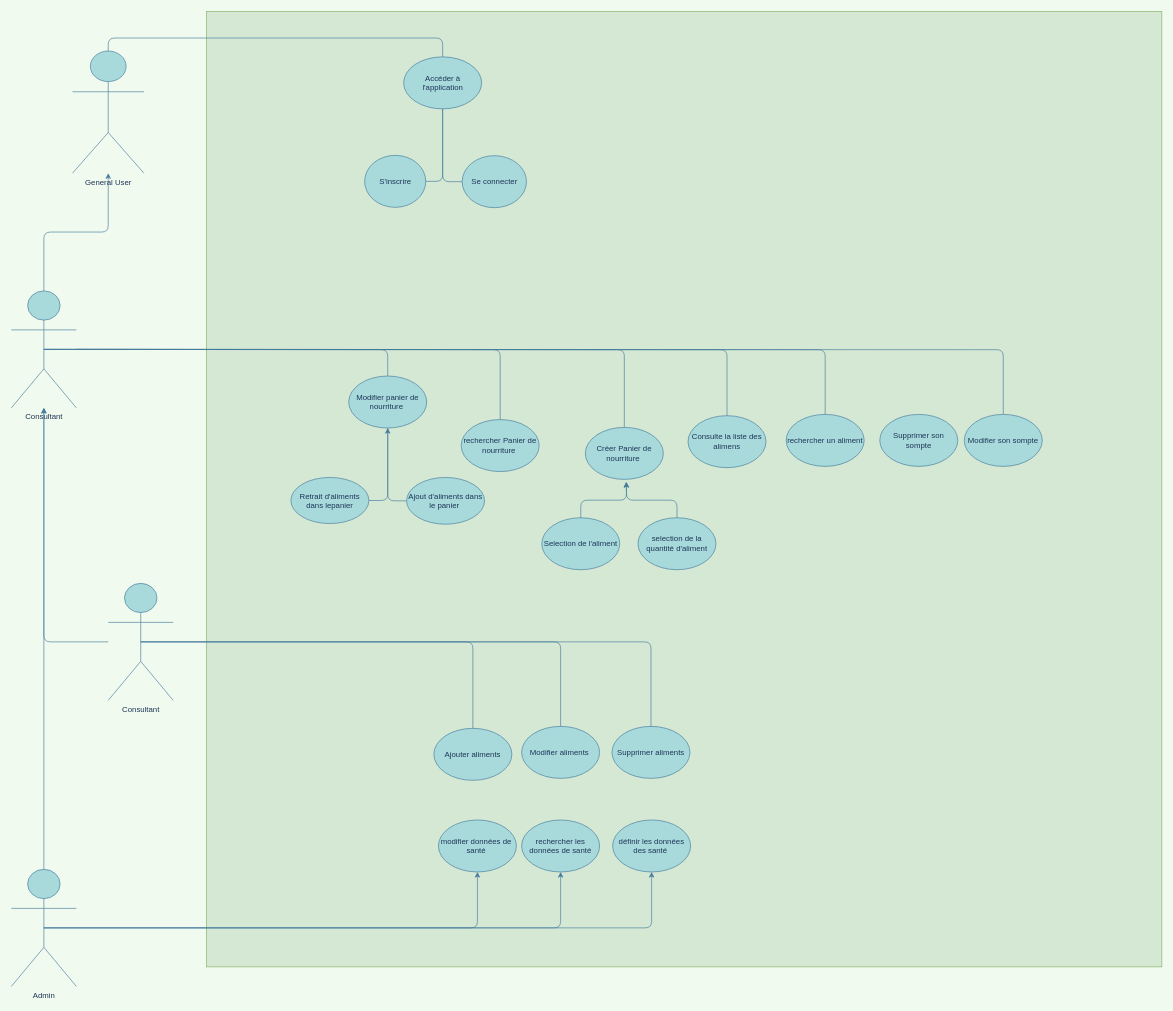
Above: conception/dave.drawio in junssashu/Food-App-project (draw.io), before the change. Source tidied: cells renumbered, new cells numbered last; positions are measured from the earlier drawing's top-left corner, leaving out a move shared by most shapes. Both pictures are drawn from the tidied source at 65%, with x=0, y=0 at pixel (11, 11).
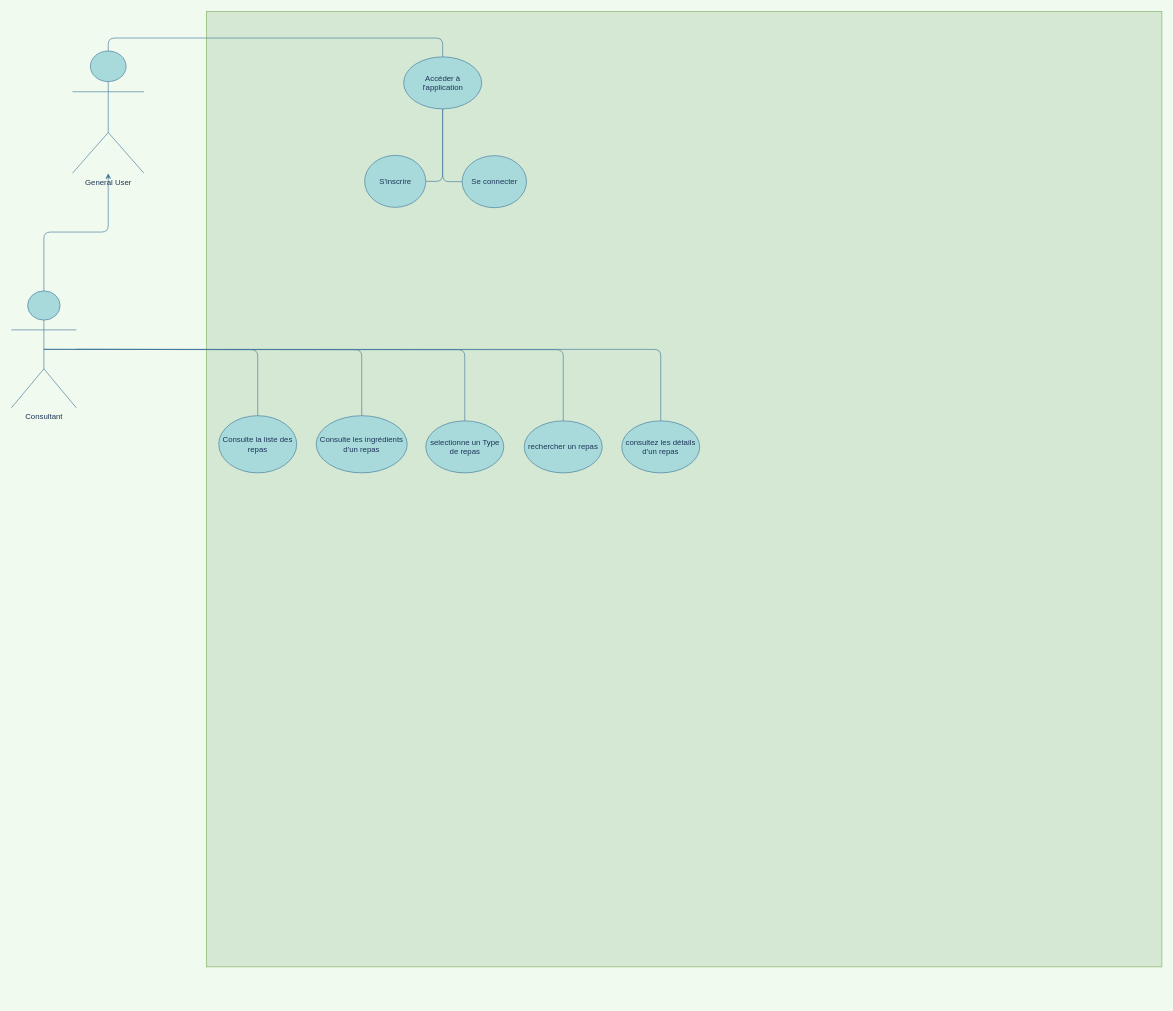
The same diagram, later.

Unchanged cells that the change refers to:
```xml
<mxCell id="22" value="Consultant" style="shape=umlActor;verticalLabelPosition=bottom;verticalAlign=top;html=1;outlineConnect=0;fillColor=#A8DADC;strokeColor=#457B9D;fontColor=#1D3557;" parent="1" vertex="1">
  <mxGeometry y="430" width="100" height="180" as="geometry" />
</mxCell>
```

The edit, as a diff of the source:
```diff
@@
-    <mxCell id="3" value="rechercher les données de santé" style="ellipse;whiteSpace=wrap;html=1;fillColor=#A8DADC;strokeColor=#457B9D;fontColor=#1D3557;" parent="1" vertex="1">
-      <mxGeometry x="785" y="1244" width="120" height="80" as="geometry" />
-    </mxCell>
-    <mxCell id="4" value="modifier données de&amp;nbsp; santé&amp;nbsp;" style="ellipse;whiteSpace=wrap;html=1;fillColor=#A8DADC;strokeColor=#457B9D;fontColor=#1D3557;" parent="1" vertex="1">
-      <mxGeometry x="657" y="1244" width="120" height="80" as="geometry" />
-    </mxCell>
-    <mxCell id="5" value="définir les données des santé&amp;nbsp;" style="ellipse;whiteSpace=wrap;html=1;fillColor=#A8DADC;strokeColor=#457B9D;fontColor=#1D3557;" parent="1" vertex="1">
-      <mxGeometry x="925" y="1244" width="120" height="80" as="geometry" />
-    </mxCell>
-    <mxCell id="6" value="Modifier panier de nourriture&amp;nbsp;" style="ellipse;whiteSpace=wrap;html=1;fillColor=#A8DADC;strokeColor=#457B9D;fontColor=#1D3557;" parent="1" vertex="1">
-      <mxGeometry x="519" y="561" width="120" height="80" as="geometry" />
-    </mxCell>
-    <mxCell id="7" value="Créer Panier de nourriture&amp;nbsp;" style="ellipse;whiteSpace=wrap;html=1;fillColor=#A8DADC;strokeColor=#457B9D;fontColor=#1D3557;" parent="1" vertex="1">
-      <mxGeometry x="883" y="640" width="120" height="80" as="geometry" />
+    <mxCell id="7" value="selectionne un Type de repas" style="ellipse;whiteSpace=wrap;html=1;fillColor=#A8DADC;strokeColor=#457B9D;fontColor=#1D3557;" parent="1" vertex="1">
+      <mxGeometry x="637.5" y="630" width="120" height="80" as="geometry" />
     </mxCell>
-    <mxCell id="8" value="rechercher un aliment" style="ellipse;whiteSpace=wrap;html=1;fillColor=#A8DADC;strokeColor=#457B9D;fontColor=#1D3557;" parent="1" vertex="1">
-      <mxGeometry x="1192" y="620" width="120" height="80" as="geometry" />
+    <mxCell id="8" value="rechercher un repas" style="ellipse;whiteSpace=wrap;html=1;fillColor=#A8DADC;strokeColor=#457B9D;fontColor=#1D3557;" parent="1" vertex="1">
+      <mxGeometry x="789" y="630" width="120" height="80" as="geometry" />
     </mxCell>
@@
-    <mxCell id="14" value="rechercher Panier de nourriture&amp;nbsp;" style="ellipse;whiteSpace=wrap;html=1;fillColor=#A8DADC;strokeColor=#457B9D;fontColor=#1D3557;" parent="1" vertex="1">
-      <mxGeometry x="692" y="628" width="120" height="80" as="geometry" />
+    <mxCell id="14" value="Consulte les ingrédients d'un repas" style="ellipse;whiteSpace=wrap;html=1;fillColor=#A8DADC;strokeColor=#457B9D;fontColor=#1D3557;" parent="1" vertex="1">
+      <mxGeometry x="469" y="622" width="140" height="88" as="geometry" />
     </mxCell>
@@
-    <mxCell id="18" style="edgeStyle=orthogonalEdgeStyle;curved=0;rounded=1;sketch=0;jettySize=auto;html=1;exitX=0.5;exitY=0.5;exitDx=0;exitDy=0;exitPerimeter=0;entryX=0.5;entryY=0;entryDx=0;entryDy=0;fontColor=#1D3557;strokeColor=#457B9D;fillColor=#A8DADC;endArrow=none;endFill=0;labelBackgroundColor=#F1FAEE;" parent="1" edge="1" target="6">
-      <mxGeometry relative="1" as="geometry">
-        <mxPoint x="50" y="520" as="sourcePoint" />
-      </mxGeometry>
-    </mxCell>
@@
-    <mxCell id="20" style="edgeStyle=orthogonalEdgeStyle;curved=0;rounded=1;sketch=0;jettySize=auto;html=1;exitX=0.5;exitY=0.5;exitDx=0;exitDy=0;exitPerimeter=0;fontColor=#1D3557;endArrow=none;endFill=0;strokeColor=#457B9D;fillColor=#A8DADC;" parent="1" edge="1" target="33">
-      <mxGeometry relative="1" as="geometry">
-        <mxPoint x="50" y="520" as="sourcePoint" />
-      </mxGeometry>
-    </mxCell>
@@
+    <mxCell id="49" style="edgeStyle=orthogonalEdgeStyle;rounded=1;jettySize=auto;html=1;exitX=0.5;exitY=0.5;exitDx=0;exitDy=0;exitPerimeter=0;strokeColor=#457B9D;endArrow=none;endFill=0;" parent="1" edge="1" source="22" target="50">
+      <mxGeometry relative="1" as="geometry" />
+    </mxCell>
@@
-    <mxCell id="23" style="edgeStyle=orthogonalEdgeStyle;jettySize=auto;html=1;exitX=0;exitY=0.5;exitDx=0;exitDy=0;labelBackgroundColor=#F1FAEE;strokeColor=#457B9D;fontColor=#1D3557;" parent="1" edge="1" source="24" target="6">
-      <mxGeometry relative="1" as="geometry" />
-    </mxCell>
-    <mxCell id="24" value="Ajout d'aliments dans le panier&amp;nbsp;" style="ellipse;whiteSpace=wrap;html=1;fillColor=#A8DADC;strokeColor=#457B9D;fontColor=#1D3557;" parent="1" vertex="1">
-      <mxGeometry x="608" y="717" width="120" height="72" as="geometry" />
-    </mxCell>
-    <mxCell id="25" style="edgeStyle=orthogonalEdgeStyle;jettySize=auto;html=1;exitX=1;exitY=0.5;exitDx=0;exitDy=0;entryX=0.5;entryY=1;entryDx=0;entryDy=0;labelBackgroundColor=#F1FAEE;strokeColor=#457B9D;fontColor=#1D3557;endArrow=none;endFill=0;" parent="1" edge="1" source="26" target="6">
-      <mxGeometry relative="1" as="geometry" />
-    </mxCell>
-    <mxCell id="26" value="Retrait d'aliments dans lepanier" style="ellipse;whiteSpace=wrap;html=1;fillColor=#A8DADC;strokeColor=#457B9D;fontColor=#1D3557;" parent="1" vertex="1">
-      <mxGeometry x="430" y="717" width="120" height="71" as="geometry" />
-    </mxCell>
-    <mxCell id="27" value="Consulte la liste des alimens" style="ellipse;whiteSpace=wrap;html=1;fillColor=#A8DADC;strokeColor=#457B9D;fontColor=#1D3557;" parent="1" vertex="1">
-      <mxGeometry x="1041" y="622" width="120" height="80" as="geometry" />
+    <mxCell id="27" value="Consulte la liste des repas" style="ellipse;whiteSpace=wrap;html=1;fillColor=#A8DADC;strokeColor=#457B9D;fontColor=#1D3557;" parent="1" vertex="1">
+      <mxGeometry x="319" y="622" width="120" height="88" as="geometry" />
     </mxCell>
-    <mxCell id="28" style="edgeStyle=orthogonalEdgeStyle;curved=0;rounded=1;sketch=0;jettySize=auto;html=1;exitX=0.5;exitY=0;exitDx=0;exitDy=0;fontColor=#1D3557;endArrow=classic;endFill=1;strokeColor=#457B9D;fillColor=#A8DADC;" parent="1" edge="1" source="29">
-      <mxGeometry relative="1" as="geometry">
-        <mxPoint x="946" y="724" as="targetPoint" />
-      </mxGeometry>
-    </mxCell>
-    <mxCell id="29" value="selection de la quantité d'aliment" style="ellipse;whiteSpace=wrap;html=1;fillColor=#A8DADC;strokeColor=#457B9D;fontColor=#1D3557;" parent="1" vertex="1">
-      <mxGeometry x="964" y="779" width="120" height="80" as="geometry" />
-    </mxCell>
-    <mxCell id="30" style="edgeStyle=orthogonalEdgeStyle;curved=0;rounded=1;sketch=0;jettySize=auto;html=1;exitX=0.5;exitY=0;exitDx=0;exitDy=0;fontColor=#1D3557;endArrow=classic;endFill=1;strokeColor=#457B9D;fillColor=#A8DADC;" parent="1" edge="1" source="31">
-      <mxGeometry relative="1" as="geometry">
-        <mxPoint x="946" y="724" as="targetPoint" />
-      </mxGeometry>
-    </mxCell>
-    <mxCell id="31" value="Selection de l'aliment" style="ellipse;whiteSpace=wrap;html=1;fillColor=#A8DADC;strokeColor=#457B9D;fontColor=#1D3557;" parent="1" vertex="1">
-      <mxGeometry x="816" y="779" width="120" height="80" as="geometry" />
-    </mxCell>
-    <mxCell id="32" value="Supprimer son sompte" style="ellipse;whiteSpace=wrap;html=1;fillColor=#A8DADC;strokeColor=#457B9D;fontColor=#1D3557;" parent="1" vertex="1">
-      <mxGeometry x="1336" y="620" width="120" height="80" as="geometry" />
-    </mxCell>
-    <mxCell id="33" value="Modifier son sompte" style="ellipse;whiteSpace=wrap;html=1;fillColor=#A8DADC;strokeColor=#457B9D;fontColor=#1D3557;" parent="1" vertex="1">
-      <mxGeometry x="1466" y="620" width="120" height="80" as="geometry" />
-    </mxCell>
@@
-    <mxCell id="36" style="edgeStyle=orthogonalEdgeStyle;curved=0;rounded=1;sketch=0;jettySize=auto;html=1;fontColor=#1D3557;endArrow=classic;endFill=1;strokeColor=#457B9D;fillColor=#A8DADC;startArrow=none;" parent="1" edge="1" source="48">
-      <mxGeometry relative="1" as="geometry">
-        <mxPoint x="50" y="610" as="targetPoint" />
-      </mxGeometry>
-    </mxCell>
-    <mxCell id="37" value="Supprimer aliments" style="ellipse;whiteSpace=wrap;html=1;fillColor=#A8DADC;strokeColor=#457B9D;fontColor=#1D3557;" parent="1" vertex="1">
-      <mxGeometry x="924" y="1100" width="120" height="80" as="geometry" />
-    </mxCell>
-    <mxCell id="38" value="Modifier aliments&amp;nbsp;" style="ellipse;whiteSpace=wrap;html=1;fillColor=#A8DADC;strokeColor=#457B9D;fontColor=#1D3557;" parent="1" vertex="1">
-      <mxGeometry x="785" y="1100" width="120" height="80" as="geometry" />
-    </mxCell>
-    <mxCell id="39" value="Ajouter aliments" style="ellipse;whiteSpace=wrap;html=1;fillColor=#A8DADC;strokeColor=#457B9D;fontColor=#1D3557;" parent="1" vertex="1">
-      <mxGeometry x="650" y="1103" width="120" height="80" as="geometry" />
-    </mxCell>
-    <mxCell id="40" style="edgeStyle=orthogonalEdgeStyle;curved=0;rounded=1;sketch=0;jettySize=auto;html=1;exitX=0.5;exitY=0.5;exitDx=0;exitDy=0;exitPerimeter=0;fontColor=#1D3557;endArrow=none;endFill=0;strokeColor=#457B9D;fillColor=#A8DADC;" parent="1" edge="1" source="44" target="39">
-      <mxGeometry relative="1" as="geometry" />
-    </mxCell>
-    <mxCell id="41" style="edgeStyle=orthogonalEdgeStyle;curved=0;rounded=1;sketch=0;jettySize=auto;html=1;exitX=0.5;exitY=0.5;exitDx=0;exitDy=0;exitPerimeter=0;entryX=0.5;entryY=0;entryDx=0;entryDy=0;fontColor=#1D3557;endArrow=none;endFill=0;strokeColor=#457B9D;fillColor=#A8DADC;" parent="1" edge="1" source="44" target="38">
-      <mxGeometry relative="1" as="geometry" />
-    </mxCell>
-    <mxCell id="42" style="edgeStyle=orthogonalEdgeStyle;curved=0;rounded=1;sketch=0;jettySize=auto;html=1;exitX=0.5;exitY=0.5;exitDx=0;exitDy=0;exitPerimeter=0;fontColor=#1D3557;endArrow=none;endFill=0;strokeColor=#457B9D;fillColor=#A8DADC;" parent="1" edge="1" source="44" target="37">
-      <mxGeometry relative="1" as="geometry" />
-    </mxCell>
-    <mxCell id="43" style="edgeStyle=orthogonalEdgeStyle;curved=0;rounded=1;sketch=0;jettySize=auto;html=1;fontColor=#1D3557;endArrow=classic;endFill=1;strokeColor=#457B9D;fillColor=#A8DADC;" parent="1" edge="1" source="44" target="22">
-      <mxGeometry relative="1" as="geometry" />
-    </mxCell>
-    <mxCell id="44" value="Consultant" style="shape=umlActor;verticalLabelPosition=bottom;verticalAlign=top;html=1;outlineConnect=0;fillColor=#A8DADC;strokeColor=#457B9D;fontColor=#1D3557;" parent="1" vertex="1">
-      <mxGeometry x="149" y="880" width="100" height="180" as="geometry" />
-    </mxCell>
-    <mxCell id="45" style="edgeStyle=orthogonalEdgeStyle;curved=0;rounded=1;sketch=0;jettySize=auto;html=1;exitX=0.5;exitY=0.5;exitDx=0;exitDy=0;exitPerimeter=0;entryX=0.5;entryY=1;entryDx=0;entryDy=0;fontColor=#1D3557;endArrow=classic;endFill=1;strokeColor=#457B9D;fillColor=#A8DADC;" parent="1" edge="1" source="48" target="4">
-      <mxGeometry relative="1" as="geometry" />
-    </mxCell>
-    <mxCell id="46" style="edgeStyle=orthogonalEdgeStyle;curved=0;rounded=1;sketch=0;jettySize=auto;html=1;exitX=0.5;exitY=0.5;exitDx=0;exitDy=0;exitPerimeter=0;entryX=0.5;entryY=1;entryDx=0;entryDy=0;fontColor=#1D3557;endArrow=classic;endFill=1;strokeColor=#457B9D;fillColor=#A8DADC;" parent="1" edge="1" source="48" target="3">
-      <mxGeometry relative="1" as="geometry" />
-    </mxCell>
-    <mxCell id="47" style="edgeStyle=orthogonalEdgeStyle;curved=0;rounded=1;sketch=0;jettySize=auto;html=1;exitX=0.5;exitY=0.5;exitDx=0;exitDy=0;exitPerimeter=0;entryX=0.5;entryY=1;entryDx=0;entryDy=0;fontColor=#1D3557;endArrow=classic;endFill=1;strokeColor=#457B9D;fillColor=#A8DADC;" parent="1" edge="1" source="48" target="5">
-      <mxGeometry relative="1" as="geometry" />
-    </mxCell>
-    <mxCell id="48" value="Admin" style="shape=umlActor;verticalLabelPosition=bottom;verticalAlign=top;html=1;outlineConnect=0;fillColor=#A8DADC;strokeColor=#457B9D;fontColor=#1D3557;" parent="1" vertex="1">
-      <mxGeometry y="1320" width="100" height="180" as="geometry" />
-    </mxCell>
+    <mxCell id="50" value="consultez les détails d'un repas" style="ellipse;whiteSpace=wrap;html=1;fillColor=#A8DADC;strokeColor=#457B9D;fontColor=#1D3557;" parent="1" vertex="1">
+      <mxGeometry x="939" y="630" width="120" height="80" as="geometry" />
+    </mxCell>
```
